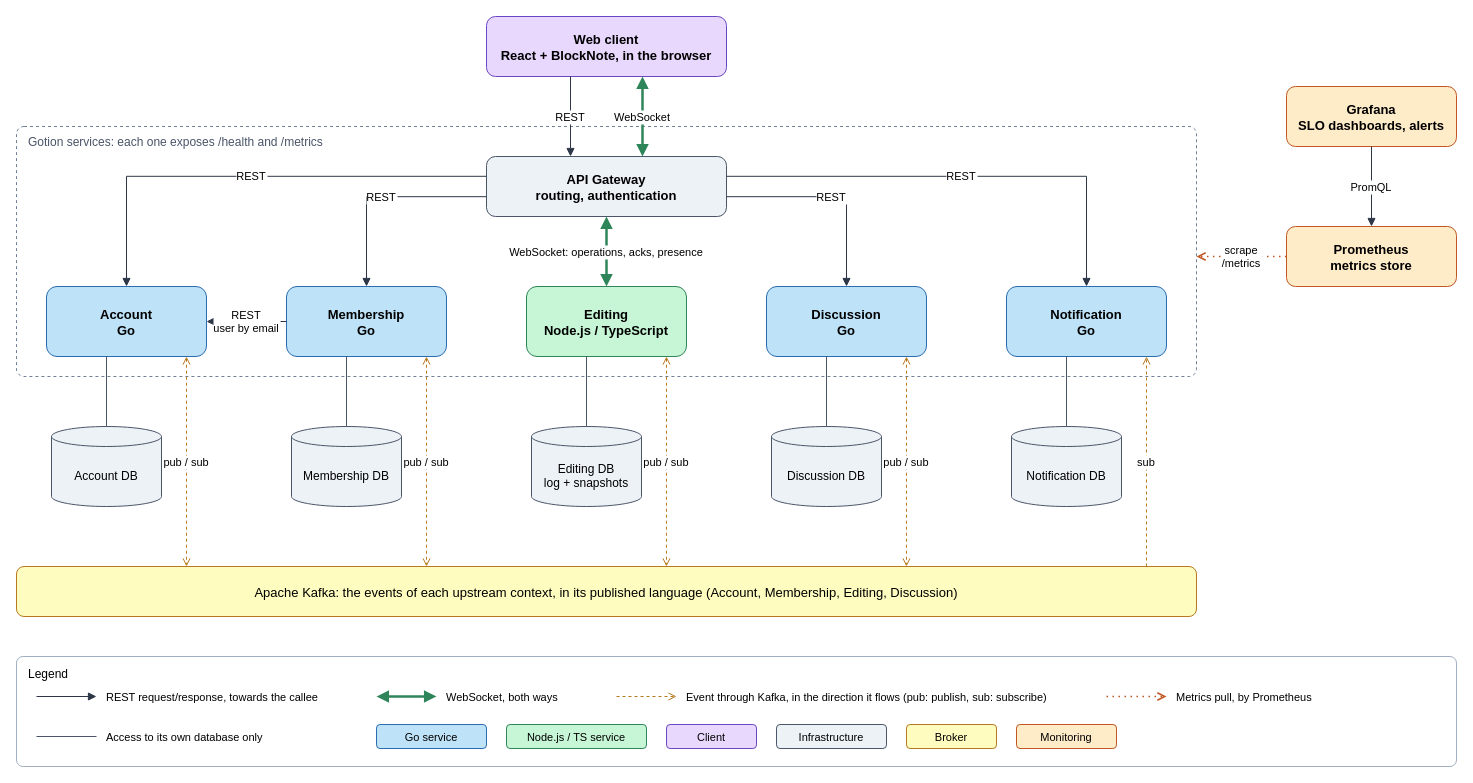
Above: docs/assets/components-and-connectors/gotion.drawio in Bending-Forks/gotion (draw.io), before the change. Source tidied: cells renumbered, new cells numbered last; positions are measured from the earlier drawing's top-left corner, leaving out a move shared by most shapes. Both pictures are drawn from the tidied source at 100%, with x=0, y=0 at pixel (16, 16).
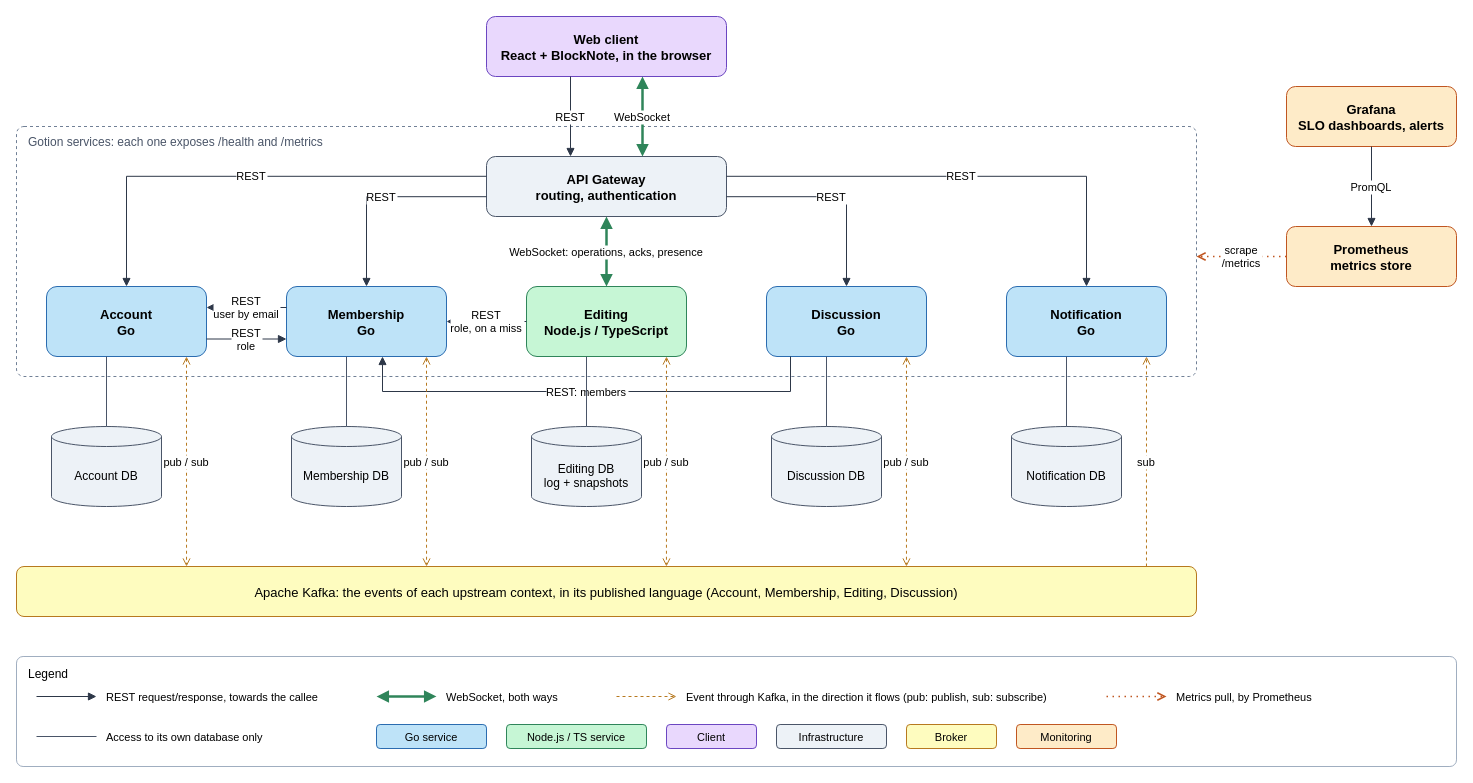
The same diagram, later.

Unchanged cells that the change refers to:
```xml
<mxCell id="5" value="Account&#10;Go" style="rounded=1;html=0;fillColor=#bee3f8;strokeColor=#2b6cb0;fontSize=13;fontStyle=1;" parent="1" vertex="1">
  <mxGeometry x="30" y="270" width="160" height="70" as="geometry" />
</mxCell>
<mxCell id="6" value="Membership&#10;Go" style="rounded=1;html=0;fillColor=#bee3f8;strokeColor=#2b6cb0;fontSize=13;fontStyle=1;" parent="1" vertex="1">
  <mxGeometry x="270" y="270" width="160" height="70" as="geometry" />
</mxCell>
<mxCell id="7" value="Editing&#10;Node.js / TypeScript" style="rounded=1;html=0;fillColor=#c6f6d5;strokeColor=#2f855a;fontSize=13;fontStyle=1;" parent="1" vertex="1">
  <mxGeometry x="510" y="270" width="160" height="70" as="geometry" />
</mxCell>
<mxCell id="8" value="Discussion&#10;Go" style="rounded=1;html=0;fillColor=#bee3f8;strokeColor=#2b6cb0;fontSize=13;fontStyle=1;" parent="1" vertex="1">
  <mxGeometry x="750" y="270" width="160" height="70" as="geometry" />
</mxCell>
```

Change to the diagram source:
```diff
@@
-    <mxCell id="25" value="REST&#10;user by email" style="endArrow=block;endFill=1;html=0;strokeColor=#2d3748;labelBackgroundColor=#ffffff;fontSize=11;exitX=0;exitY=0.5;entryX=1;entryY=0.5;" parent="1" edge="1" source="6" target="5">
+    <mxCell id="25" value="REST&#10;user by email" style="endArrow=block;endFill=1;html=0;strokeColor=#2d3748;labelBackgroundColor=#ffffff;fontSize=11;exitX=0;exitY=0.3;entryX=1;entryY=0.3;" parent="1" edge="1" source="6" target="5">
       <mxGeometry relative="1" as="geometry" />
     </mxCell>
+    <mxCell id="55" value="REST&#10;role" style="endArrow=block;endFill=1;html=0;strokeColor=#2d3748;labelBackgroundColor=#ffffff;fontSize=11;exitX=1;exitY=0.75;entryX=0;entryY=0.75;" parent="1" edge="1" source="5" target="6">
+      <mxGeometry relative="1" as="geometry" />
+    </mxCell>
+    <mxCell id="56" value="REST&#10;role, on a miss" style="endArrow=block;endFill=1;html=0;strokeColor=#2d3748;labelBackgroundColor=#ffffff;fontSize=11;exitX=0;exitY=0.5;entryX=1;entryY=0.5;" parent="1" edge="1" source="7" target="6">
+      <mxGeometry relative="1" as="geometry" />
+    </mxCell>
+    <mxCell id="57" value="REST: members" style="edgeStyle=orthogonalEdgeStyle;rounded=0;endArrow=block;endFill=1;html=0;strokeColor=#2d3748;labelBackgroundColor=#ffffff;fontSize=11;exitX=0.15;exitY=1;entryX=0.6;entryY=1;" parent="1" edge="1" source="8" target="6">
+      <mxGeometry relative="1" as="geometry">
+        <Array as="points">
+          <mxPoint x="774" y="375" />
+          <mxPoint x="366" y="375" />
+        </Array>
+      </mxGeometry>
+    </mxCell>
```
